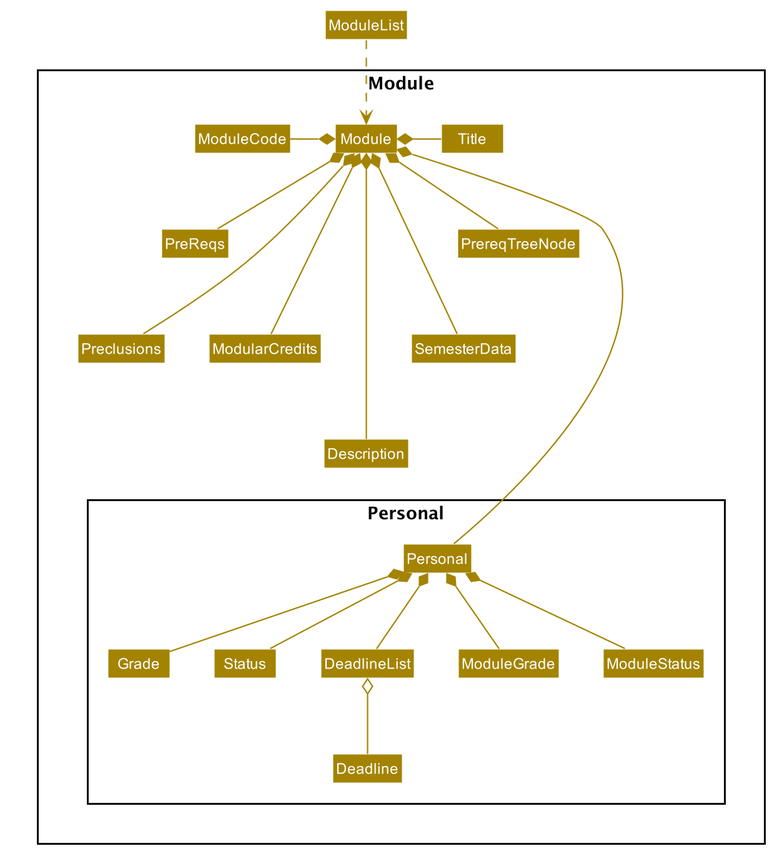
Above: images/ModuleClassDiagram.png in AY1920S2-CS2103T-W13-3/main (PlantUML), before the change.
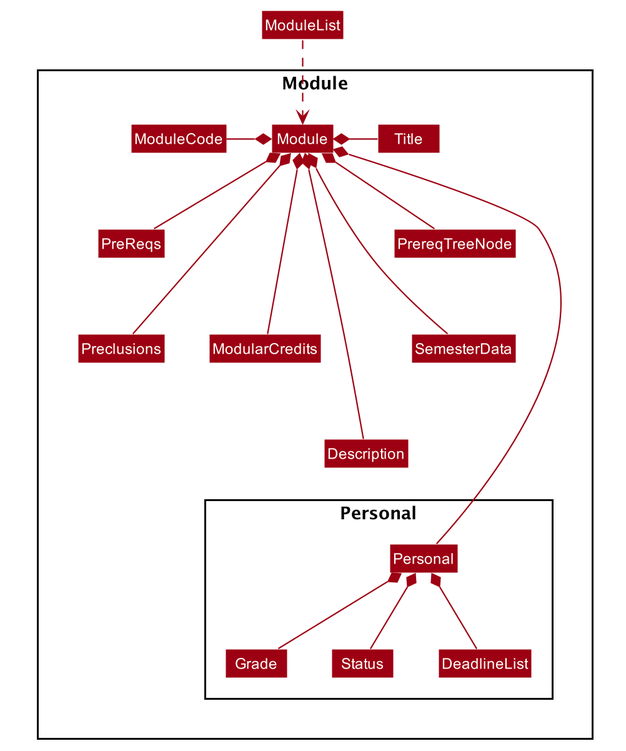
The same file after the commit.

What changed in the source:
```diff
@@ -48,8 +48,8 @@
 hide members
 hide circle
 skinparam arrowThickness 1.1
-skinparam arrowColor #A38300
-skinparam classBackgroundColor #A38300
+skinparam arrowColor #9D0012
+skinparam classBackgroundColor #9D0012
 
 Class ModuleList
 
@@ -71,9 +71,6 @@
         Class Grade
         Class Status
         Class DeadlineList
-        Class Deadline
-        Enum ModuleGrade
-        Enum ModuleStatus
     }
 }
 
@@ -89,8 +86,5 @@
 Personal *-- Grade
 Personal *-- Status
 Personal *-- DeadlineList
-Personal *-- ModuleGrade
-Personal *-- ModuleStatus
-DeadlineList o-- Deadline
 
 @enduml
```
